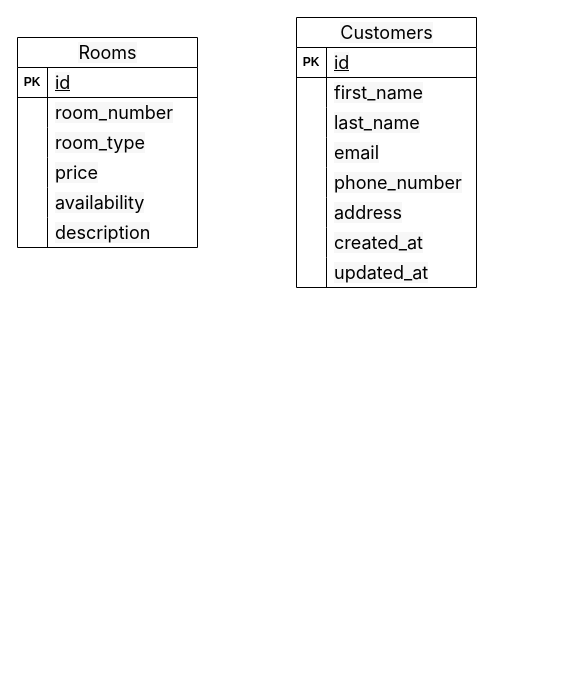
The draw.io diagram QLPT.drawio in duongnguyen286/Diagram, before the edit. Source tidied: cells renumbered, new cells numbered last; positions are measured from the earlier drawing's top-left corner, leaving out a move shared by most shapes. Both pictures are drawn from the tidied source at 100%, with x=0, y=0 at pixel (17, 17).
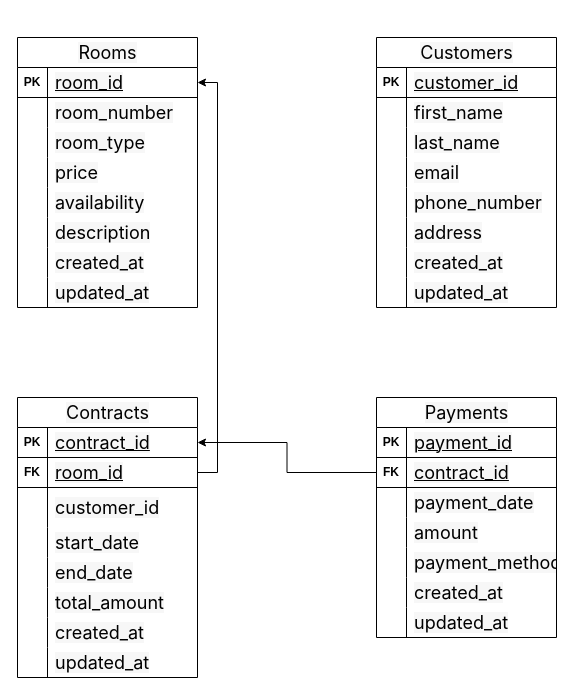
Above is the later version.

Commit message (it also covers changes not shown here):
Cập nhật QLPT.drawio

Unchanged cells that the change refers to:
```xml
<mxCell id="3" style="shape=tableRow;horizontal=0;startSize=0;swimlaneHead=0;swimlaneBody=0;fillColor=none;points=[[0,0.5],[1,0.5]];portConstraint=eastwest;top=0;left=0;right=0;bottom=1;" parent="2" vertex="1">
  <mxGeometry y="30" width="180" height="30" as="geometry" />
</mxCell>
<mxCell id="22" style="shape=tableRow;horizontal=0;startSize=0;swimlaneHead=0;swimlaneBody=0;fillColor=none;top=0;left=0;right=0;bottom=1;" parent="21" vertex="1">
  <mxGeometry y="30" width="180" height="30" as="geometry" />
</mxCell>
```

The edit, as a diff of the source:
```diff
@@
     <mxCell id="2" value="&lt;span style=&quot;font-family: -apple-system, system-ui, BlinkMacSystemFont, &amp;quot;Segoe UI&amp;quot;, Roboto, Oxygen-Sans, Ubuntu, Cantarell, &amp;quot;Helvetica Neue&amp;quot;, sans-serif; font-size: 18px; font-weight: 400; text-align: left; text-wrap: wrap; background-color: rgb(247, 247, 247);&quot;&gt;Rooms&lt;/span&gt;" style="shape=table;startSize=30;childLayout=tableLayout;rowLines=0;fontStyle=1;align=center;html=1;" parent="1" vertex="1">
-      <mxGeometry y="20" width="180" height="210" as="geometry" />
+      <mxGeometry y="20" width="180" height="270" as="geometry" />
     </mxCell>
@@
-    <mxCell id="5" value="&lt;font face=&quot;-apple-system, system-ui, BlinkMacSystemFont, Segoe UI, Roboto, Oxygen-Sans, Ubuntu, Cantarell, Helvetica Neue, sans-serif&quot;&gt;&lt;span style=&quot;font-size: 18px; font-weight: 400; background-color: rgb(247, 247, 247);&quot;&gt;id&lt;/span&gt;&lt;/font&gt;" style="shape=partialRectangle;fillColor=none;top=0;left=0;bottom=0;right=0;align=left;spacingLeft=6;fontStyle=5;overflow=hidden;whiteSpace=wrap;html=1;" parent="3" vertex="1">
+    <mxCell id="5" value="&lt;span style=&quot;font-family: -apple-system, system-ui, BlinkMacSystemFont, &amp;quot;Segoe UI&amp;quot;, Roboto, Oxygen-Sans, Ubuntu, Cantarell, &amp;quot;Helvetica Neue&amp;quot;, sans-serif; font-size: 18px; font-weight: 400; background-color: rgb(247, 247, 247);&quot;&gt;room_id&lt;/span&gt;" style="shape=partialRectangle;fillColor=none;top=0;left=0;bottom=0;right=0;align=left;spacingLeft=6;fontStyle=5;overflow=hidden;whiteSpace=wrap;html=1;" parent="3" vertex="1">
       <mxGeometry x="30" width="150" height="30" as="geometry" />
     </mxCell>
@@
+    <mxCell id="46" style="shape=tableRow;horizontal=0;startSize=0;swimlaneHead=0;swimlaneBody=0;fillColor=none;top=0;left=0;right=0;bottom=0;strokeColor=default;" parent="2" vertex="1">
+      <mxGeometry y="210" width="180" height="30" as="geometry" />
+    </mxCell>
+    <mxCell id="47" style="shape=partialRectangle;fillColor=none;top=0;left=0;bottom=0;right=0;overflow=hidden;whiteSpace=wrap;html=1;" parent="46" vertex="1">
+      <mxGeometry width="30" height="30" as="geometry" />
+    </mxCell>
+    <mxCell id="48" value="&lt;span style=&quot;font-family: -apple-system, system-ui, BlinkMacSystemFont, &amp;quot;Segoe UI&amp;quot;, Roboto, Oxygen-Sans, Ubuntu, Cantarell, &amp;quot;Helvetica Neue&amp;quot;, sans-serif; font-size: 18px; background-color: rgb(247, 247, 247);&quot;&gt;created_at&lt;/span&gt;" style="shape=partialRectangle;fillColor=none;top=0;left=0;bottom=0;right=0;align=left;spacingLeft=6;overflow=hidden;whiteSpace=wrap;html=1;" parent="46" vertex="1">
+      <mxGeometry x="30" width="150" height="30" as="geometry" />
+    </mxCell>
+    <mxCell id="49" style="shape=tableRow;horizontal=0;startSize=0;swimlaneHead=0;swimlaneBody=0;fillColor=none;top=0;left=0;right=0;bottom=0;strokeColor=default;" parent="2" vertex="1">
+      <mxGeometry y="240" width="180" height="30" as="geometry" />
+    </mxCell>
+    <mxCell id="50" style="shape=partialRectangle;fillColor=none;top=0;left=0;bottom=0;right=0;overflow=hidden;whiteSpace=wrap;html=1;" parent="49" vertex="1">
+      <mxGeometry width="30" height="30" as="geometry" />
+    </mxCell>
+    <mxCell id="51" value="&lt;span style=&quot;font-family: -apple-system, system-ui, BlinkMacSystemFont, &amp;quot;Segoe UI&amp;quot;, Roboto, Oxygen-Sans, Ubuntu, Cantarell, &amp;quot;Helvetica Neue&amp;quot;, sans-serif; font-size: 18px; background-color: rgb(247, 247, 247);&quot;&gt;updated_at&lt;/span&gt;" style="shape=partialRectangle;fillColor=none;top=0;left=0;bottom=0;right=0;align=left;spacingLeft=6;overflow=hidden;whiteSpace=wrap;html=1;" parent="49" vertex="1">
+      <mxGeometry x="30" width="150" height="30" as="geometry" />
+    </mxCell>
     <mxCell id="21" value="&lt;span style=&quot;font-family: -apple-system, system-ui, BlinkMacSystemFont, &amp;quot;Segoe UI&amp;quot;, Roboto, Oxygen-Sans, Ubuntu, Cantarell, &amp;quot;Helvetica Neue&amp;quot;, sans-serif; font-size: 18px; font-weight: 400; text-align: left; text-wrap: wrap; background-color: rgb(247, 247, 247);&quot;&gt;Customers&lt;/span&gt;" style="shape=table;startSize=30;childLayout=tableLayout;rowLines=0;fontStyle=1;align=center;html=1;" parent="1" vertex="1">
-      <mxGeometry x="279" width="180" height="270" as="geometry" />
+      <mxGeometry x="359" y="20" width="180" height="270" as="geometry" />
     </mxCell>
@@
-    <mxCell id="24" value="&lt;span style=&quot;font-family: -apple-system, system-ui, BlinkMacSystemFont, &amp;quot;Segoe UI&amp;quot;, Roboto, Oxygen-Sans, Ubuntu, Cantarell, &amp;quot;Helvetica Neue&amp;quot;, sans-serif; font-size: 18px; font-weight: 400; background-color: rgb(247, 247, 247);&quot;&gt;id&lt;/span&gt;" style="shape=partialRectangle;fillColor=none;top=0;left=0;bottom=0;right=0;align=left;spacingLeft=6;fontStyle=5;overflow=hidden;whiteSpace=wrap;html=1;" parent="22" vertex="1">
+    <mxCell id="24" value="&lt;span style=&quot;font-family: -apple-system, system-ui, BlinkMacSystemFont, &amp;quot;Segoe UI&amp;quot;, Roboto, Oxygen-Sans, Ubuntu, Cantarell, &amp;quot;Helvetica Neue&amp;quot;, sans-serif; font-size: 18px; font-weight: 400; background-color: rgb(247, 247, 247);&quot;&gt;customer_id&lt;/span&gt;" style="shape=partialRectangle;fillColor=none;top=0;left=0;bottom=0;right=0;align=left;spacingLeft=6;fontStyle=5;overflow=hidden;whiteSpace=wrap;html=1;" parent="22" vertex="1">
       <mxGeometry x="30" width="150" height="30" as="geometry" />
     </mxCell>
@@
+    <mxCell id="52" value="&lt;span style=&quot;font-family: -apple-system, system-ui, BlinkMacSystemFont, &amp;quot;Segoe UI&amp;quot;, Roboto, Oxygen-Sans, Ubuntu, Cantarell, &amp;quot;Helvetica Neue&amp;quot;, sans-serif; font-size: 18px; font-weight: 400; text-align: left; text-wrap: wrap; background-color: rgb(247, 247, 247);&quot;&gt;Contracts&lt;/span&gt;" style="shape=table;startSize=30;childLayout=tableLayout;rowLines=0;fontStyle=1;align=center;html=1;" parent="1" vertex="1">
+      <mxGeometry y="380" width="180" height="280" as="geometry" />
+    </mxCell>
+    <mxCell id="53" style="shape=tableRow;horizontal=0;startSize=0;swimlaneHead=0;swimlaneBody=0;fillColor=none;points=[[0,0.5],[1,0.5]];portConstraint=eastwest;top=0;left=0;right=0;bottom=1;" parent="52" vertex="1">
+      <mxGeometry y="30" width="180" height="30" as="geometry" />
+    </mxCell>
+    <mxCell id="54" value="PK" style="shape=partialRectangle;fillColor=none;top=0;left=0;bottom=0;right=0;fontStyle=1;overflow=hidden;whiteSpace=wrap;html=1;" parent="53" vertex="1">
+      <mxGeometry width="30" height="30" as="geometry" />
+    </mxCell>
+    <mxCell id="55" value="&lt;span style=&quot;font-family: -apple-system, system-ui, BlinkMacSystemFont, &amp;quot;Segoe UI&amp;quot;, Roboto, Oxygen-Sans, Ubuntu, Cantarell, &amp;quot;Helvetica Neue&amp;quot;, sans-serif; font-size: 18px; font-weight: 400; background-color: rgb(247, 247, 247);&quot;&gt;contract_id&lt;/span&gt;" style="shape=partialRectangle;fillColor=none;top=0;left=0;bottom=0;right=0;align=left;spacingLeft=6;fontStyle=5;overflow=hidden;whiteSpace=wrap;html=1;" parent="53" vertex="1">
+      <mxGeometry x="30" width="150" height="30" as="geometry" />
+    </mxCell>
+    <mxCell id="56" style="shape=tableRow;horizontal=0;startSize=0;swimlaneHead=0;swimlaneBody=0;fillColor=none;points=[[0,0.5],[1,0.5]];portConstraint=eastwest;top=0;left=0;right=0;bottom=1;" parent="52" vertex="1">
+      <mxGeometry y="60" width="180" height="30" as="geometry" />
+    </mxCell>
+    <mxCell id="57" value="FK" style="shape=partialRectangle;fillColor=none;top=0;left=0;bottom=0;right=0;fontStyle=1;overflow=hidden;whiteSpace=wrap;html=1;" parent="56" vertex="1">
+      <mxGeometry width="30" height="30" as="geometry" />
+    </mxCell>
+    <mxCell id="58" value="&lt;span style=&quot;font-family: -apple-system, system-ui, BlinkMacSystemFont, &amp;quot;Segoe UI&amp;quot;, Roboto, Oxygen-Sans, Ubuntu, Cantarell, &amp;quot;Helvetica Neue&amp;quot;, sans-serif; font-size: 18px; font-weight: 400; background-color: rgb(247, 247, 247);&quot;&gt;room_id&lt;/span&gt;" style="shape=partialRectangle;fillColor=none;top=0;left=0;bottom=0;right=0;align=left;spacingLeft=6;fontStyle=5;overflow=hidden;whiteSpace=wrap;html=1;" parent="56" vertex="1">
+      <mxGeometry x="30" width="150" height="30" as="geometry" />
+    </mxCell>
+    <mxCell id="59" style="shape=tableRow;horizontal=0;startSize=0;swimlaneHead=0;swimlaneBody=0;fillColor=none;top=0;left=0;right=0;bottom=0;" parent="52" vertex="1">
+      <mxGeometry y="90" width="180" height="40" as="geometry" />
+    </mxCell>
+    <mxCell id="60" style="shape=partialRectangle;fillColor=none;top=0;left=0;bottom=0;right=0;overflow=hidden;whiteSpace=wrap;html=1;" parent="59" vertex="1">
+      <mxGeometry width="30" height="40" as="geometry" />
+    </mxCell>
+    <mxCell id="61" value="&lt;span style=&quot;font-family: -apple-system, system-ui, BlinkMacSystemFont, &amp;quot;Segoe UI&amp;quot;, Roboto, Oxygen-Sans, Ubuntu, Cantarell, &amp;quot;Helvetica Neue&amp;quot;, sans-serif; font-size: 18px; background-color: rgb(247, 247, 247);&quot;&gt;customer_id&lt;/span&gt;" style="shape=partialRectangle;fillColor=none;top=0;left=0;bottom=0;right=0;align=left;spacingLeft=6;overflow=hidden;whiteSpace=wrap;html=1;" parent="59" vertex="1">
+      <mxGeometry x="30" width="150" height="40" as="geometry" />
+    </mxCell>
+    <mxCell id="62" style="shape=tableRow;horizontal=0;startSize=0;swimlaneHead=0;swimlaneBody=0;fillColor=none;top=0;left=0;right=0;bottom=0;" parent="52" vertex="1">
+      <mxGeometry y="130" width="180" height="30" as="geometry" />
+    </mxCell>
+    <mxCell id="63" style="shape=partialRectangle;fillColor=none;top=0;left=0;bottom=0;right=0;overflow=hidden;whiteSpace=wrap;html=1;" parent="62" vertex="1">
+      <mxGeometry width="30" height="30" as="geometry" />
+    </mxCell>
+    <mxCell id="64" value="&lt;span style=&quot;font-family: -apple-system, system-ui, BlinkMacSystemFont, &amp;quot;Segoe UI&amp;quot;, Roboto, Oxygen-Sans, Ubuntu, Cantarell, &amp;quot;Helvetica Neue&amp;quot;, sans-serif; font-size: 18px; background-color: rgb(247, 247, 247);&quot;&gt;start_date&lt;/span&gt;" style="shape=partialRectangle;fillColor=none;top=0;left=0;bottom=0;right=0;align=left;spacingLeft=6;overflow=hidden;whiteSpace=wrap;html=1;" parent="62" vertex="1">
+      <mxGeometry x="30" width="150" height="30" as="geometry" />
+    </mxCell>
+    <mxCell id="65" style="shape=tableRow;horizontal=0;startSize=0;swimlaneHead=0;swimlaneBody=0;fillColor=none;top=0;left=0;right=0;bottom=0;" parent="52" vertex="1">
+      <mxGeometry y="160" width="180" height="30" as="geometry" />
+    </mxCell>
+    <mxCell id="66" style="shape=partialRectangle;fillColor=none;top=0;left=0;bottom=0;right=0;overflow=hidden;whiteSpace=wrap;html=1;" parent="65" vertex="1">
+      <mxGeometry width="30" height="30" as="geometry" />
+    </mxCell>
+    <mxCell id="67" value="&lt;span style=&quot;font-family: -apple-system, system-ui, BlinkMacSystemFont, &amp;quot;Segoe UI&amp;quot;, Roboto, Oxygen-Sans, Ubuntu, Cantarell, &amp;quot;Helvetica Neue&amp;quot;, sans-serif; font-size: 18px; background-color: rgb(247, 247, 247);&quot;&gt;end_date&lt;/span&gt;" style="shape=partialRectangle;fillColor=none;top=0;left=0;bottom=0;right=0;align=left;spacingLeft=6;overflow=hidden;whiteSpace=wrap;html=1;" parent="65" vertex="1">
+      <mxGeometry x="30" width="150" height="30" as="geometry" />
+    </mxCell>
+    <mxCell id="68" style="shape=tableRow;horizontal=0;startSize=0;swimlaneHead=0;swimlaneBody=0;fillColor=none;top=0;left=0;right=0;bottom=0;" parent="52" vertex="1">
+      <mxGeometry y="190" width="180" height="30" as="geometry" />
+    </mxCell>
+    <mxCell id="69" style="shape=partialRectangle;fillColor=none;top=0;left=0;bottom=0;right=0;overflow=hidden;whiteSpace=wrap;html=1;" parent="68" vertex="1">
+      <mxGeometry width="30" height="30" as="geometry" />
+    </mxCell>
+    <mxCell id="70" value="&lt;span style=&quot;font-family: -apple-system, system-ui, BlinkMacSystemFont, &amp;quot;Segoe UI&amp;quot;, Roboto, Oxygen-Sans, Ubuntu, Cantarell, &amp;quot;Helvetica Neue&amp;quot;, sans-serif; font-size: 18px; background-color: rgb(247, 247, 247);&quot;&gt;total_amount&lt;/span&gt;" style="shape=partialRectangle;fillColor=none;top=0;left=0;bottom=0;right=0;align=left;spacingLeft=6;overflow=hidden;whiteSpace=wrap;html=1;" parent="68" vertex="1">
+      <mxGeometry x="30" width="150" height="30" as="geometry" />
+    </mxCell>
+    <mxCell id="71" style="shape=tableRow;horizontal=0;startSize=0;swimlaneHead=0;swimlaneBody=0;fillColor=none;top=0;left=0;right=0;bottom=0;" parent="52" vertex="1">
+      <mxGeometry y="220" width="180" height="30" as="geometry" />
+    </mxCell>
+    <mxCell id="72" style="shape=partialRectangle;fillColor=none;top=0;left=0;bottom=0;right=0;overflow=hidden;whiteSpace=wrap;html=1;" parent="71" vertex="1">
+      <mxGeometry width="30" height="30" as="geometry" />
+    </mxCell>
+    <mxCell id="73" value="&lt;span style=&quot;font-family: -apple-system, system-ui, BlinkMacSystemFont, &amp;quot;Segoe UI&amp;quot;, Roboto, Oxygen-Sans, Ubuntu, Cantarell, &amp;quot;Helvetica Neue&amp;quot;, sans-serif; font-size: 18px; background-color: rgb(247, 247, 247);&quot;&gt;created_at&lt;/span&gt;" style="shape=partialRectangle;fillColor=none;top=0;left=0;bottom=0;right=0;align=left;spacingLeft=6;overflow=hidden;whiteSpace=wrap;html=1;" parent="71" vertex="1">
+      <mxGeometry x="30" width="150" height="30" as="geometry" />
+    </mxCell>
+    <mxCell id="74" style="shape=tableRow;horizontal=0;startSize=0;swimlaneHead=0;swimlaneBody=0;fillColor=none;top=0;left=0;right=0;bottom=0;" parent="52" vertex="1">
+      <mxGeometry y="250" width="180" height="30" as="geometry" />
+    </mxCell>
+    <mxCell id="75" style="shape=partialRectangle;fillColor=none;top=0;left=0;bottom=0;right=0;overflow=hidden;whiteSpace=wrap;html=1;" parent="74" vertex="1">
+      <mxGeometry width="30" height="30" as="geometry" />
+    </mxCell>
+    <mxCell id="76" value="&lt;span style=&quot;font-family: -apple-system, system-ui, BlinkMacSystemFont, &amp;quot;Segoe UI&amp;quot;, Roboto, Oxygen-Sans, Ubuntu, Cantarell, &amp;quot;Helvetica Neue&amp;quot;, sans-serif; font-size: 18px; background-color: rgb(247, 247, 247);&quot;&gt;updated_at&lt;/span&gt;" style="shape=partialRectangle;fillColor=none;top=0;left=0;bottom=0;right=0;align=left;spacingLeft=6;overflow=hidden;whiteSpace=wrap;html=1;" parent="74" vertex="1">
+      <mxGeometry x="30" width="150" height="30" as="geometry" />
+    </mxCell>
+    <mxCell id="77" value="&lt;span style=&quot;font-family: -apple-system, system-ui, BlinkMacSystemFont, &amp;quot;Segoe UI&amp;quot;, Roboto, Oxygen-Sans, Ubuntu, Cantarell, &amp;quot;Helvetica Neue&amp;quot;, sans-serif; font-size: 18px; font-weight: 400; text-align: left; text-wrap: wrap; background-color: rgb(247, 247, 247);&quot;&gt;Payments&lt;/span&gt;" style="shape=table;startSize=30;childLayout=tableLayout;rowLines=0;fontStyle=1;align=center;html=1;" parent="1" vertex="1">
+      <mxGeometry x="359" y="380" width="180" height="240" as="geometry" />
+    </mxCell>
+    <mxCell id="78" style="shape=tableRow;horizontal=0;startSize=0;swimlaneHead=0;swimlaneBody=0;fillColor=none;top=0;left=0;right=0;bottom=1;" parent="77" vertex="1">
+      <mxGeometry y="30" width="180" height="30" as="geometry" />
+    </mxCell>
+    <mxCell id="79" value="PK" style="shape=partialRectangle;fillColor=none;top=0;left=0;bottom=0;right=0;fontStyle=1;overflow=hidden;whiteSpace=wrap;html=1;" parent="78" vertex="1">
+      <mxGeometry width="30" height="30" as="geometry" />
+    </mxCell>
+    <mxCell id="80" value="&lt;span style=&quot;font-family: -apple-system, system-ui, BlinkMacSystemFont, &amp;quot;Segoe UI&amp;quot;, Roboto, Oxygen-Sans, Ubuntu, Cantarell, &amp;quot;Helvetica Neue&amp;quot;, sans-serif; font-size: 18px; font-weight: 400; background-color: rgb(247, 247, 247);&quot;&gt;payment_id&lt;/span&gt;" style="shape=partialRectangle;fillColor=none;top=0;left=0;bottom=0;right=0;align=left;spacingLeft=6;fontStyle=5;overflow=hidden;whiteSpace=wrap;html=1;" parent="78" vertex="1">
+      <mxGeometry x="30" width="150" height="30" as="geometry" />
+    </mxCell>
+    <mxCell id="81" style="shape=tableRow;horizontal=0;startSize=0;swimlaneHead=0;swimlaneBody=0;fillColor=none;points=[[0,0.5],[1,0.5]];portConstraint=eastwest;top=0;left=0;right=0;bottom=1;" parent="77" vertex="1">
+      <mxGeometry y="60" width="180" height="30" as="geometry" />
+    </mxCell>
+    <mxCell id="82" value="FK" style="shape=partialRectangle;fillColor=none;top=0;left=0;bottom=0;right=0;fontStyle=1;overflow=hidden;whiteSpace=wrap;html=1;" parent="81" vertex="1">
+      <mxGeometry width="30" height="30" as="geometry" />
+    </mxCell>
+    <mxCell id="83" value="&lt;span style=&quot;font-family: -apple-system, system-ui, BlinkMacSystemFont, &amp;quot;Segoe UI&amp;quot;, Roboto, Oxygen-Sans, Ubuntu, Cantarell, &amp;quot;Helvetica Neue&amp;quot;, sans-serif; font-size: 18px; font-weight: 400; background-color: rgb(247, 247, 247);&quot;&gt;contract_id&lt;/span&gt;" style="shape=partialRectangle;fillColor=none;top=0;left=0;bottom=0;right=0;align=left;spacingLeft=6;fontStyle=5;overflow=hidden;whiteSpace=wrap;html=1;" parent="81" vertex="1">
+      <mxGeometry x="30" width="150" height="30" as="geometry" />
+    </mxCell>
+    <mxCell id="84" style="shape=tableRow;horizontal=0;startSize=0;swimlaneHead=0;swimlaneBody=0;fillColor=none;top=0;left=0;right=0;bottom=0;" parent="77" vertex="1">
+      <mxGeometry y="90" width="180" height="30" as="geometry" />
+    </mxCell>
+    <mxCell id="85" style="shape=partialRectangle;fillColor=none;top=0;left=0;bottom=0;right=0;overflow=hidden;whiteSpace=wrap;html=1;" parent="84" vertex="1">
+      <mxGeometry width="30" height="30" as="geometry" />
+    </mxCell>
+    <mxCell id="86" value="&lt;span style=&quot;font-family: -apple-system, system-ui, BlinkMacSystemFont, &amp;quot;Segoe UI&amp;quot;, Roboto, Oxygen-Sans, Ubuntu, Cantarell, &amp;quot;Helvetica Neue&amp;quot;, sans-serif; font-size: 18px; background-color: rgb(247, 247, 247);&quot;&gt;payment_date&lt;/span&gt;" style="shape=partialRectangle;fillColor=none;top=0;left=0;bottom=0;right=0;align=left;spacingLeft=6;overflow=hidden;whiteSpace=wrap;html=1;" parent="84" vertex="1">
+      <mxGeometry x="30" width="150" height="30" as="geometry" />
+    </mxCell>
+    <mxCell id="87" style="shape=tableRow;horizontal=0;startSize=0;swimlaneHead=0;swimlaneBody=0;fillColor=none;top=0;left=0;right=0;bottom=0;" parent="77" vertex="1">
+      <mxGeometry y="120" width="180" height="30" as="geometry" />
+    </mxCell>
+    <mxCell id="88" style="shape=partialRectangle;fillColor=none;top=0;left=0;bottom=0;right=0;overflow=hidden;whiteSpace=wrap;html=1;" parent="87" vertex="1">
+      <mxGeometry width="30" height="30" as="geometry" />
+    </mxCell>
+    <mxCell id="89" value="&lt;span style=&quot;font-family: -apple-system, system-ui, BlinkMacSystemFont, &amp;quot;Segoe UI&amp;quot;, Roboto, Oxygen-Sans, Ubuntu, Cantarell, &amp;quot;Helvetica Neue&amp;quot;, sans-serif; font-size: 18px; background-color: rgb(247, 247, 247);&quot;&gt;amount&lt;/span&gt;" style="shape=partialRectangle;fillColor=none;top=0;left=0;bottom=0;right=0;align=left;spacingLeft=6;overflow=hidden;whiteSpace=wrap;html=1;" parent="87" vertex="1">
+      <mxGeometry x="30" width="150" height="30" as="geometry" />
+    </mxCell>
+    <mxCell id="90" style="shape=tableRow;horizontal=0;startSize=0;swimlaneHead=0;swimlaneBody=0;fillColor=none;top=0;left=0;right=0;bottom=0;" parent="77" vertex="1">
+      <mxGeometry y="150" width="180" height="30" as="geometry" />
+    </mxCell>
+    <mxCell id="91" style="shape=partialRectangle;fillColor=none;top=0;left=0;bottom=0;right=0;overflow=hidden;whiteSpace=wrap;html=1;" parent="90" vertex="1">
+      <mxGeometry width="30" height="30" as="geometry" />
+    </mxCell>
+    <mxCell id="92" value="&lt;span style=&quot;font-family: -apple-system, system-ui, BlinkMacSystemFont, &amp;quot;Segoe UI&amp;quot;, Roboto, Oxygen-Sans, Ubuntu, Cantarell, &amp;quot;Helvetica Neue&amp;quot;, sans-serif; font-size: 18px; background-color: rgb(247, 247, 247);&quot;&gt;payment_method&lt;/span&gt;" style="shape=partialRectangle;fillColor=none;top=0;left=0;bottom=0;right=0;align=left;spacingLeft=6;overflow=hidden;whiteSpace=wrap;html=1;" parent="90" vertex="1">
+      <mxGeometry x="30" width="150" height="30" as="geometry" />
+    </mxCell>
+    <mxCell id="93" style="shape=tableRow;horizontal=0;startSize=0;swimlaneHead=0;swimlaneBody=0;fillColor=none;top=0;left=0;right=0;bottom=0;" parent="77" vertex="1">
+      <mxGeometry y="180" width="180" height="30" as="geometry" />
+    </mxCell>
+    <mxCell id="94" style="shape=partialRectangle;fillColor=none;top=0;left=0;bottom=0;right=0;overflow=hidden;whiteSpace=wrap;html=1;" parent="93" vertex="1">
+      <mxGeometry width="30" height="30" as="geometry" />
+    </mxCell>
+    <mxCell id="95" value="&lt;span style=&quot;font-family: -apple-system, system-ui, BlinkMacSystemFont, &amp;quot;Segoe UI&amp;quot;, Roboto, Oxygen-Sans, Ubuntu, Cantarell, &amp;quot;Helvetica Neue&amp;quot;, sans-serif; font-size: 18px; background-color: rgb(247, 247, 247);&quot;&gt;created_at&lt;/span&gt;" style="shape=partialRectangle;fillColor=none;top=0;left=0;bottom=0;right=0;align=left;spacingLeft=6;overflow=hidden;whiteSpace=wrap;html=1;" parent="93" vertex="1">
+      <mxGeometry x="30" width="150" height="30" as="geometry" />
+    </mxCell>
+    <mxCell id="96" style="shape=tableRow;horizontal=0;startSize=0;swimlaneHead=0;swimlaneBody=0;fillColor=none;top=0;left=0;right=0;bottom=0;" parent="77" vertex="1">
+      <mxGeometry y="210" width="180" height="30" as="geometry" />
+    </mxCell>
+    <mxCell id="97" style="shape=partialRectangle;fillColor=none;top=0;left=0;bottom=0;right=0;overflow=hidden;whiteSpace=wrap;html=1;" parent="96" vertex="1">
+      <mxGeometry width="30" height="30" as="geometry" />
+    </mxCell>
+    <mxCell id="98" value="&lt;span style=&quot;font-family: -apple-system, system-ui, BlinkMacSystemFont, &amp;quot;Segoe UI&amp;quot;, Roboto, Oxygen-Sans, Ubuntu, Cantarell, &amp;quot;Helvetica Neue&amp;quot;, sans-serif; font-size: 18px; background-color: rgb(247, 247, 247);&quot;&gt;updated_at&lt;/span&gt;" style="shape=partialRectangle;fillColor=none;top=0;left=0;bottom=0;right=0;align=left;spacingLeft=6;overflow=hidden;whiteSpace=wrap;html=1;" parent="96" vertex="1">
+      <mxGeometry x="30" width="150" height="30" as="geometry" />
+    </mxCell>
+    <mxCell id="99" style="edgeStyle=orthogonalEdgeStyle;rounded=0;jettySize=auto;html=1;entryX=1;entryY=0.5;entryDx=0;entryDy=0;" parent="1" edge="1" source="56" target="3">
+      <mxGeometry relative="1" as="geometry">
+        <Array as="points">
+          <mxPoint x="200" y="455" />
+          <mxPoint x="200" y="65" />
+        </Array>
+      </mxGeometry>
+    </mxCell>
+    <mxCell id="100" style="edgeStyle=orthogonalEdgeStyle;rounded=0;jettySize=auto;html=1;entryX=1;entryY=0.5;entryDx=0;entryDy=0;" parent="1" edge="1" source="81" target="53">
+      <mxGeometry relative="1" as="geometry" />
+    </mxCell>
```
